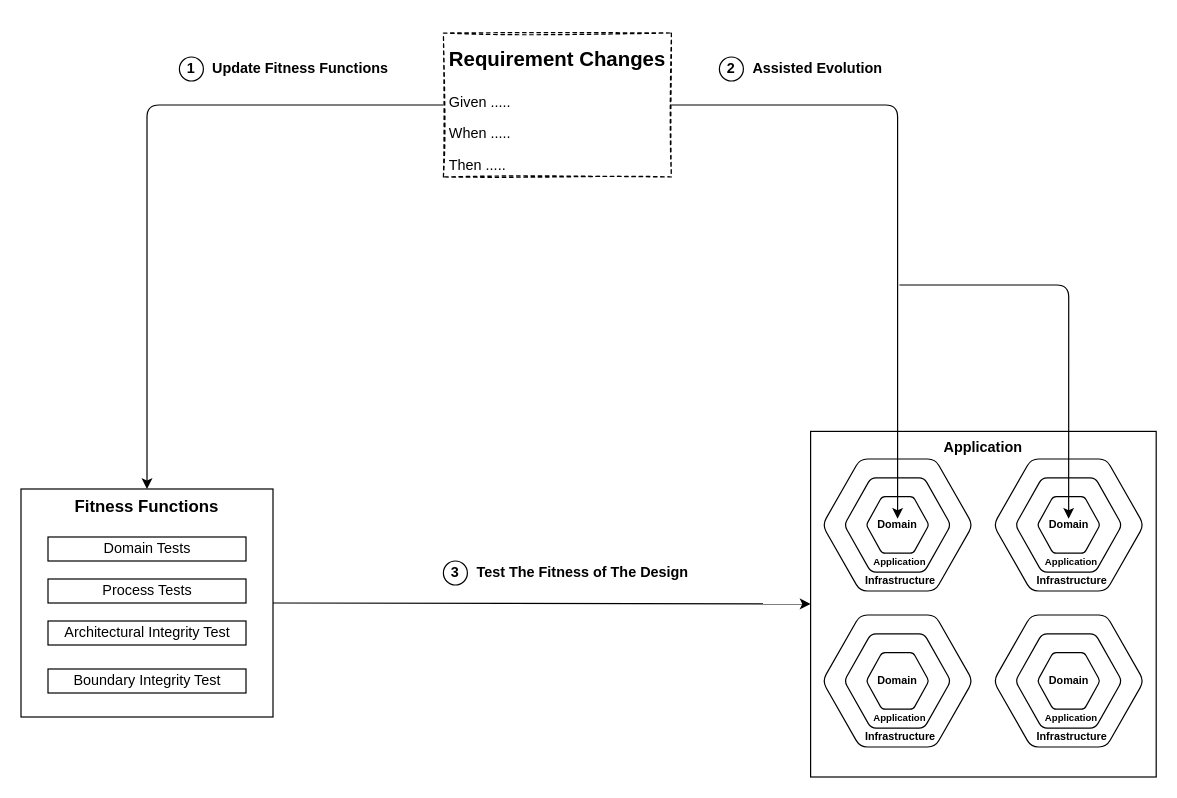
Earlier version of the draw.io diagram page "EAProcess" (2 of 2) of design/ExplanationDiagrams.drawio (codefinity/oeuvre). Source tidied: cells renumbered, new cells numbered last; positions are measured from the earlier drawing's top-left corner, leaving out a move shared by most shapes. Both pictures are drawn from the tidied source at 120%, with x=0, y=0 at pixel (20, 32).
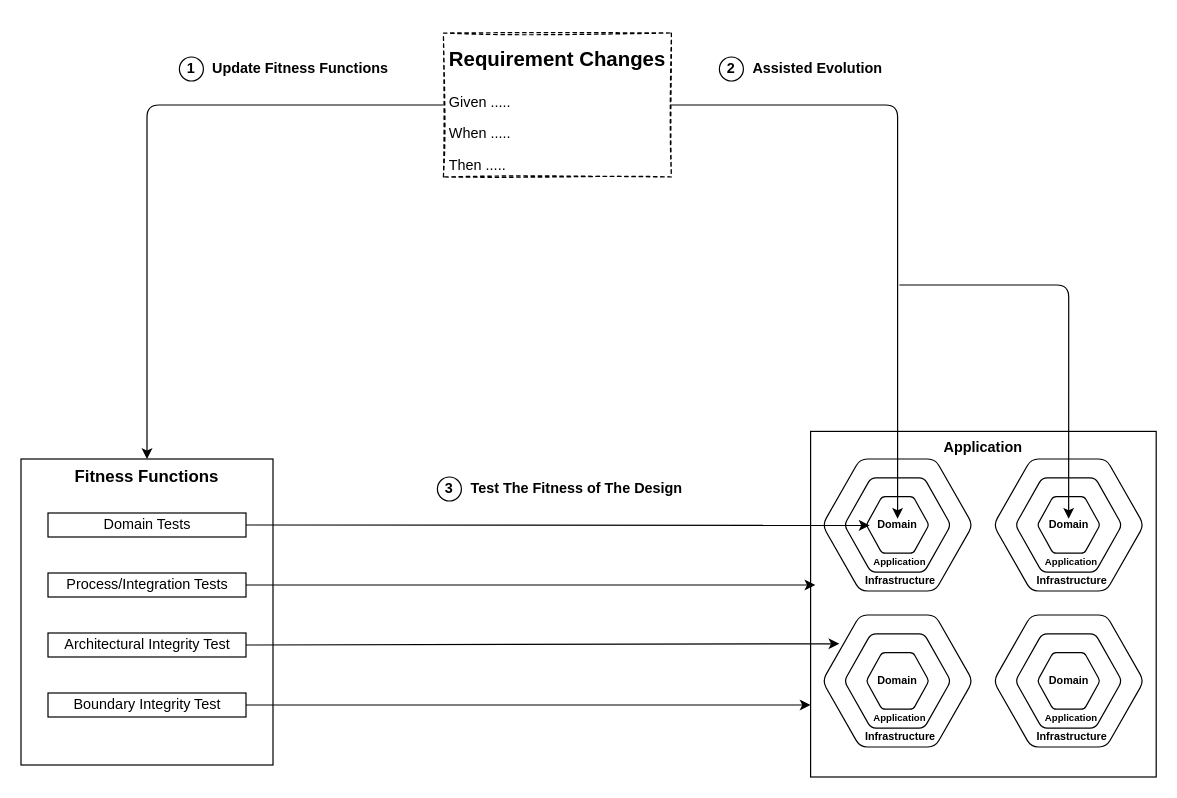
After the change.

Unchanged cells that the change refers to:
```xml
<mxCell id="2" value="Application" style="whiteSpace=wrap;html=1;verticalAlign=top;fontStyle=1;" parent="1" vertex="1">
  <mxGeometry x="658" y="332" width="288" height="288" as="geometry" />
</mxCell>
<mxCell id="15" style="shape=mxgraph.gcp.extras.blue_hexagon;html=1;verticalLabelPosition=bottom;verticalAlign=top;align=center;fillColor=#FFFFFF;" parent="12" vertex="1">
  <mxGeometry x="35.9" y="31.4" width="51.2" height="47.1" as="geometry" />
</mxCell>
```

Change to the diagram source:
```diff
@@
     <mxCell id="4" value="Fitness Functions" style="rounded=0;whiteSpace=wrap;html=1;shadow=0;glass=0;strokeColor=#000000;fillColor=none;gradientColor=none;verticalAlign=top;fontStyle=1;fontSize=14;" parent="1" vertex="1">
-      <mxGeometry y="380" width="210" height="190" as="geometry" />
+      <mxGeometry y="355" width="210" height="255" as="geometry" />
     </mxCell>
     <mxCell id="5" value="Domain Tests" style="rounded=0;whiteSpace=wrap;html=1;shadow=0;glass=0;strokeColor=#000000;fillColor=none;gradientColor=none;" parent="1" vertex="1">
-      <mxGeometry x="22.5" y="420" width="165" height="20" as="geometry" />
+      <mxGeometry x="22.5" y="400" width="165" height="20" as="geometry" />
     </mxCell>
-    <mxCell id="6" value="Process Tests" style="rounded=0;whiteSpace=wrap;html=1;shadow=0;glass=0;strokeColor=#000000;fillColor=none;gradientColor=none;" parent="1" vertex="1">
-      <mxGeometry x="22.5" y="455" width="165" height="20" as="geometry" />
+    <mxCell id="6" value="Process/Integration Tests" style="rounded=0;whiteSpace=wrap;html=1;shadow=0;glass=0;strokeColor=#000000;fillColor=none;gradientColor=none;" parent="1" vertex="1">
+      <mxGeometry x="22.5" y="450" width="165" height="20" as="geometry" />
     </mxCell>
     <mxCell id="7" value="Architectural Integrity Test" style="rounded=0;whiteSpace=wrap;html=1;shadow=0;glass=0;strokeColor=#000000;fillColor=none;gradientColor=none;" parent="1" vertex="1">
-      <mxGeometry x="22.5" y="490" width="165" height="20" as="geometry" />
+      <mxGeometry x="22.5" y="500" width="165" height="20" as="geometry" />
     </mxCell>
     <mxCell id="8" value="Boundary Integrity Test" style="rounded=0;whiteSpace=wrap;html=1;shadow=0;glass=0;strokeColor=#000000;fillColor=none;gradientColor=none;" parent="1" vertex="1">
-      <mxGeometry x="22.5" y="530" width="165" height="20" as="geometry" />
+      <mxGeometry x="22.5" y="550" width="165" height="20" as="geometry" />
     </mxCell>
-    <mxCell id="9" style="endArrow=classic;html=1;exitX=1;exitY=0.5;exitDx=0;exitDy=0;" parent="1" edge="1" source="4" target="2">
-      <mxGeometry relative="1" as="geometry" />
-    </mxCell>
@@
     <mxCell id="26" style="group;align=left;" parent="1" vertex="1">
-      <mxGeometry x="352" y="440" width="220" height="20" as="geometry" />
+      <mxGeometry x="347" y="370" width="220" height="20" as="geometry" />
     </mxCell>
@@
+    <mxCell id="54" style="endArrow=classic;html=1;fontSize=9;exitX=1;exitY=0.5;exitDx=0;exitDy=0;entryX=0.045;entryY=0.508;entryDx=0;entryDy=0;entryPerimeter=0;" parent="1" edge="1" source="5" target="15">
+      <mxGeometry relative="1" as="geometry" />
+    </mxCell>
+    <mxCell id="55" style="endArrow=classic;html=1;fontSize=9;exitX=1;exitY=0.5;exitDx=0;exitDy=0;" parent="1" edge="1" source="8">
+      <mxGeometry relative="1" as="geometry">
+        <mxPoint x="658" y="560" as="targetPoint" />
+      </mxGeometry>
+    </mxCell>
+    <mxCell id="56" style="endArrow=classic;html=1;fontSize=9;exitX=1;exitY=0.5;exitDx=0;exitDy=0;" parent="1" edge="1" source="7">
+      <mxGeometry relative="1" as="geometry">
+        <mxPoint x="682" y="509" as="targetPoint" />
+      </mxGeometry>
+    </mxCell>
+    <mxCell id="57" style="endArrow=classic;html=1;fontSize=9;exitX=1;exitY=0.5;exitDx=0;exitDy=0;" parent="1" edge="1" source="6">
+      <mxGeometry relative="1" as="geometry">
+        <mxPoint x="662" y="460" as="targetPoint" />
+      </mxGeometry>
+    </mxCell>
```
